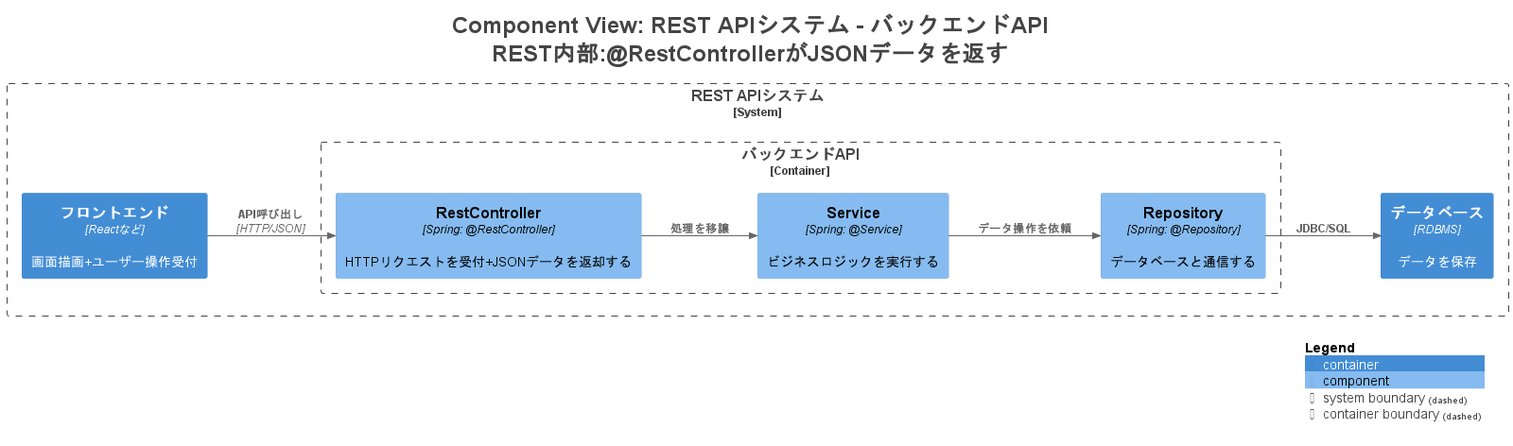
Before: images/understanding-ssr-vs-restapi/structurizr-RESTAPI-ComponentDiagram.png, a diagram exported from PlantUML (kyoya-msi/zenn-content). Source of this version:
```plantuml
@startuml
title <size:24>Component View: REST APIシステム - バックエンドAPI</size>\n<size:24>REST内部:@RestControllerがJSONデータを返す</size>

set separator none
left to right direction

<style>
  root {
    BackgroundColor: #ffffff
    FontColor: #444444
  }
</style>

!include <C4/C4>
!include <C4/C4_Context>
!include <C4/C4_Container>
!include <C4/C4_Component>

System_Boundary("RESTAPIシステム_boundary", "REST APIシステム", $tags="") {
  Container_Boundary("RESTAPIシステム.バックエンドAPI_boundary", "バックエンドAPI", $tags="") {
    Component(RESTAPIシステム.バックエンドAPI.RestController, "RestController", $techn="Spring: @RestController", $descr="HTTPリクエストを受付+JSONデータを返却する", $tags="", $link="")
    Component(RESTAPIシステム.バックエンドAPI.Service, "Service", $techn="Spring: @Service", $descr="ビジネスロジックを実行する", $tags="", $link="")
    Component(RESTAPIシステム.バックエンドAPI.Repository, "Repository", $techn="Spring: @Repository", $descr="データベースと通信する", $tags="", $link="")
  }

  Container(RESTAPIシステム.フロントエンド, "フロントエンド", $techn="Reactなど", $descr="画面描画+ユーザー操作受付", $tags="", $link="")
  Container(RESTAPIシステム.データベース, "データベース", $techn="RDBMS", $descr="データを保存", $tags="", $link="")
}

Rel(RESTAPIシステム.フロントエンド, RESTAPIシステム.バックエンドAPI.RestController, "API呼び出し", $techn="HTTP/JSON", $tags="", $link="")
Rel(RESTAPIシステム.バックエンドAPI.RestController, RESTAPIシステム.バックエンドAPI.Service, "処理を移譲", $techn="", $tags="", $link="")
Rel(RESTAPIシステム.バックエンドAPI.Service, RESTAPIシステム.バックエンドAPI.Repository, "データ操作を依頼", $techn="", $tags="", $link="")
Rel(RESTAPIシステム.バックエンドAPI.Repository, RESTAPIシステム.データベース, "JDBC/SQL", $techn="", $tags="", $link="")

SHOW_LEGEND(true)
hide stereotypes
@enduml
```
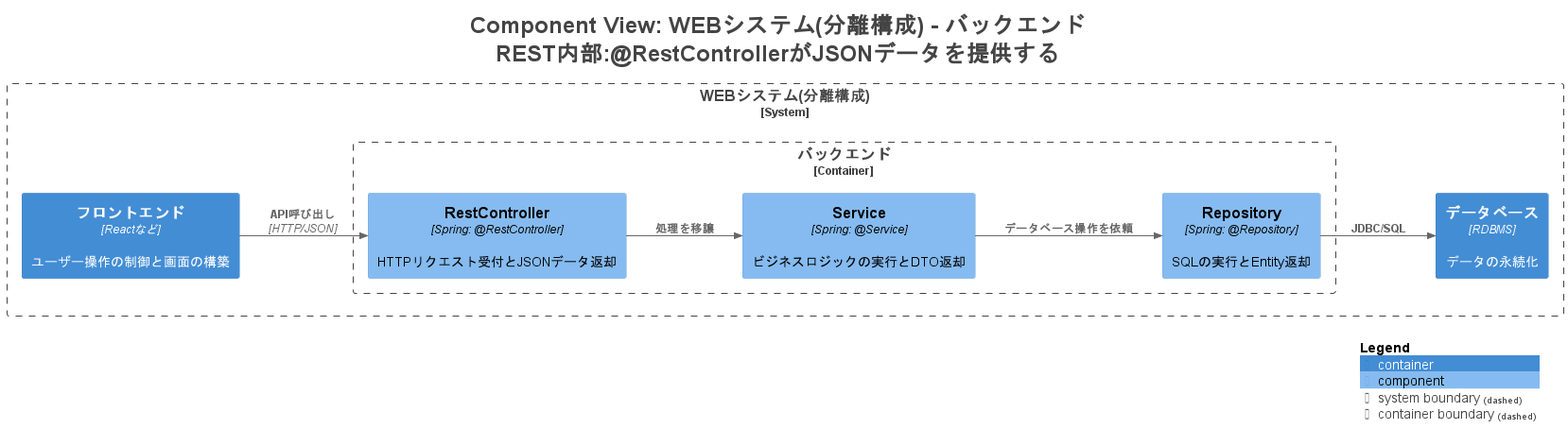
After the commit.

Diff of the diagram source:
```diff
@@ -1,5 +1,5 @@
 @startuml
-title <size:24>Component View: REST APIシステム - バックエンドAPI</size>\n<size:24>REST内部:@RestControllerがJSONデータを返す</size>
+title <size:24>Component View: WEBシステム(分離構成) - バックエンド</size>\n<size:24>REST内部:@RestControllerがJSONデータを提供する</size>
 
 set separator none
 left to right direction
@@ -16,21 +16,21 @@
 !include <C4/C4_Container>
 !include <C4/C4_Component>
 
-System_Boundary("RESTAPIシステム_boundary", "REST APIシステム", $tags="") {
-  Container_Boundary("RESTAPIシステム.バックエンドAPI_boundary", "バックエンドAPI", $tags="") {
-    Component(RESTAPIシステム.バックエンドAPI.RestController, "RestController", $techn="Spring: @RestController", $descr="HTTPリクエストを受付+JSONデータを返却する", $tags="", $link="")
-    Component(RESTAPIシステム.バックエンドAPI.Service, "Service", $techn="Spring: @Service", $descr="ビジネスロジックを実行する", $tags="", $link="")
-    Component(RESTAPIシステム.バックエンドAPI.Repository, "Repository", $techn="Spring: @Repository", $descr="データベースと通信する", $tags="", $link="")
+System_Boundary("WEBシステム分離構成_boundary", "WEBシステム(分離構成)", $tags="") {
+  Container_Boundary("WEBシステム分離構成.バックエンド_boundary", "バックエンド", $tags="") {
+    Component(WEBシステム分離構成.バックエンド.RestController, "RestController", $techn="Spring: @RestController", $descr="HTTPリクエスト受付とJSONデータ返却", $tags="", $link="")
+    Component(WEBシステム分離構成.バックエンド.Service, "Service", $techn="Spring: @Service", $descr="ビジネスロジックの実行とDTO返却", $tags="", $link="")
+    Component(WEBシステム分離構成.バックエンド.Repository, "Repository", $techn="Spring: @Repository", $descr="SQLの実行とEntity返却", $tags="", $link="")
   }
 
-  Container(RESTAPIシステム.フロントエンド, "フロントエンド", $techn="Reactなど", $descr="画面描画+ユーザー操作受付", $tags="", $link="")
-  Container(RESTAPIシステム.データベース, "データベース", $techn="RDBMS", $descr="データを保存", $tags="", $link="")
+  Container(WEBシステム分離構成.フロントエンド, "フロントエンド", $techn="Reactなど", $descr="ユーザー操作の制御と画面の構築", $tags="", $link="")
+  Container(WEBシステム分離構成.データベース, "データベース", $techn="RDBMS", $descr="データの永続化", $tags="", $link="")
 }
 
-Rel(RESTAPIシステム.フロントエンド, RESTAPIシステム.バックエンドAPI.RestController, "API呼び出し", $techn="HTTP/JSON", $tags="", $link="")
-Rel(RESTAPIシステム.バックエンドAPI.RestController, RESTAPIシステム.バックエンドAPI.Service, "処理を移譲", $techn="", $tags="", $link="")
-Rel(RESTAPIシステム.バックエンドAPI.Service, RESTAPIシステム.バックエンドAPI.Repository, "データ操作を依頼", $techn="", $tags="", $link="")
-Rel(RESTAPIシステム.バックエンドAPI.Repository, RESTAPIシステム.データベース, "JDBC/SQL", $techn="", $tags="", $link="")
+Rel(WEBシステム分離構成.フロントエンド, WEBシステム分離構成.バックエンド.RestController, "API呼び出し", $techn="HTTP/JSON", $tags="", $link="")
+Rel(WEBシステム分離構成.バックエンド.RestController, WEBシステム分離構成.バックエンド.Service, "処理を移譲", $techn="", $tags="", $link="")
+Rel(WEBシステム分離構成.バックエンド.Service, WEBシステム分離構成.バックエンド.Repository, "データベース操作を依頼", $techn="", $tags="", $link="")
+Rel(WEBシステム分離構成.バックエンド.Repository, WEBシステム分離構成.データベース, "JDBC/SQL", $techn="", $tags="", $link="")
 
 SHOW_LEGEND(true)
 hide stereotypes
```
